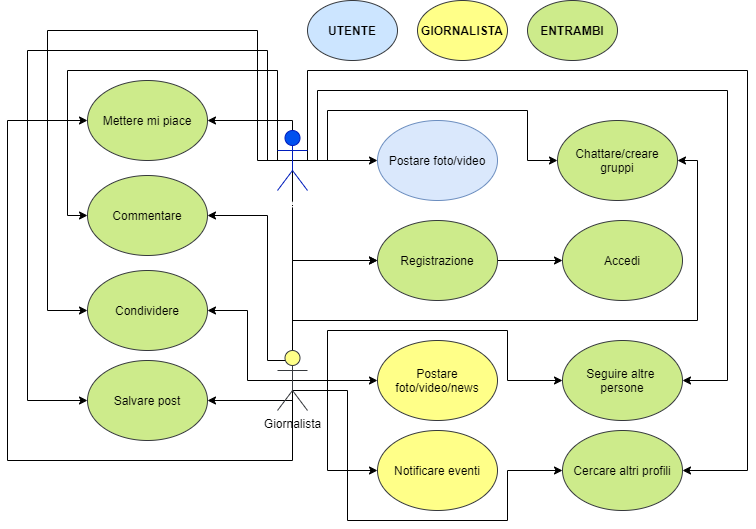
The draw.io diagram UseCase.png in LucaNastasi/LibroAuto, before a commit. Source tidied: cells renumbered, new cells last; positions are measured from the earlier drawing's top-left corner, leaving out a move shared by most shapes.
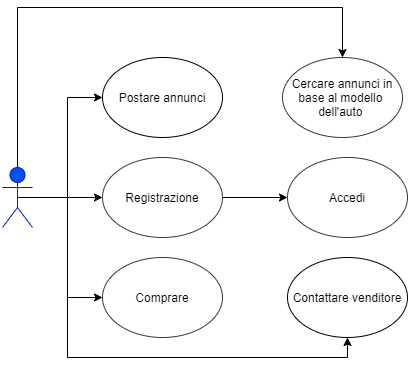
Above is the later version.

Change to the diagram source:
```diff
@@ -12,211 +12,49 @@
     <mxCell id="3" style="edgeStyle=orthogonalEdgeStyle;rounded=0;jettySize=auto;html=1;exitX=0.5;exitY=0.5;exitDx=0;exitDy=0;exitPerimeter=0;entryX=0;entryY=0.5;entryDx=0;entryDy=0;" parent="1" edge="1" source="11" target="35">
       <mxGeometry relative="1" as="geometry" />
     </mxCell>
+    <mxCell id="9" style="edgeStyle=orthogonalEdgeStyle;rounded=0;jettySize=auto;html=1;exitX=0.5;exitY=0.5;exitDx=0;exitDy=0;exitPerimeter=0;entryX=0.5;entryY=0;entryDx=0;entryDy=0;" parent="1" edge="1" source="11" target="34">
+      <mxGeometry relative="1" as="geometry">
+        <Array as="points">
+          <mxPoint x="285" y="70" />
+          <mxPoint x="610" y="70" />
+        </Array>
+      </mxGeometry>
+    </mxCell>
     <mxCell id="4" style="edgeStyle=orthogonalEdgeStyle;rounded=0;jettySize=auto;html=1;exitX=0.5;exitY=0.5;exitDx=0;exitDy=0;exitPerimeter=0;entryX=0;entryY=0.5;entryDx=0;entryDy=0;" parent="1" edge="1" source="11" target="28">
-      <mxGeometry relative="1" as="geometry">
-        <Array as="points">
-          <mxPoint x="270" y="160" />
-          <mxPoint x="270" y="70" />
-          <mxPoint x="60" y="70" />
-          <mxPoint x="60" y="215" />
-        </Array>
-      </mxGeometry>
+      <mxGeometry relative="1" as="geometry" />
     </mxCell>
-    <mxCell id="5" style="edgeStyle=orthogonalEdgeStyle;rounded=0;jettySize=auto;html=1;exitX=0.5;exitY=0.5;exitDx=0;exitDy=0;exitPerimeter=0;entryX=0;entryY=0.5;entryDx=0;entryDy=0;" parent="1" edge="1" source="11" target="29">
-      <mxGeometry relative="1" as="geometry">
-        <Array as="points">
-          <mxPoint x="250" y="160" />
-          <mxPoint x="250" y="30" />
-          <mxPoint x="40" y="30" />
-          <mxPoint x="40" y="310" />
-        </Array>
-      </mxGeometry>
-    </mxCell>
-    <mxCell id="6" style="edgeStyle=orthogonalEdgeStyle;rounded=0;jettySize=auto;html=1;exitX=0.5;exitY=0.5;exitDx=0;exitDy=0;exitPerimeter=0;entryX=0;entryY=0.5;entryDx=0;entryDy=0;" parent="1" edge="1" source="11" target="30">
-      <mxGeometry relative="1" as="geometry">
-        <Array as="points">
-          <mxPoint x="260" y="160" />
-          <mxPoint x="260" y="50" />
-          <mxPoint x="20" y="50" />
-          <mxPoint x="20" y="400" />
-        </Array>
-      </mxGeometry>
-    </mxCell>
-    <mxCell id="7" style="edgeStyle=orthogonalEdgeStyle;rounded=0;jettySize=auto;html=1;exitX=0.5;exitY=0.5;exitDx=0;exitDy=0;exitPerimeter=0;entryX=1;entryY=0.5;entryDx=0;entryDy=0;" parent="1" edge="1" source="11" target="31">
-      <mxGeometry relative="1" as="geometry">
-        <Array as="points">
-          <mxPoint x="285" y="120" />
-        </Array>
-      </mxGeometry>
-    </mxCell>
-    <mxCell id="8" style="edgeStyle=orthogonalEdgeStyle;rounded=0;jettySize=auto;html=1;exitX=0.5;exitY=0.5;exitDx=0;exitDy=0;exitPerimeter=0;" parent="1" edge="1" source="11" target="32">
-      <mxGeometry relative="1" as="geometry">
-        <Array as="points">
-          <mxPoint x="320" y="160" />
-          <mxPoint x="320" y="110" />
-          <mxPoint x="520" y="110" />
-          <mxPoint x="520" y="160" />
-        </Array>
-      </mxGeometry>
-    </mxCell>
-    <mxCell id="9" style="edgeStyle=orthogonalEdgeStyle;rounded=0;jettySize=auto;html=1;exitX=0.5;exitY=0.5;exitDx=0;exitDy=0;exitPerimeter=0;entryX=1;entryY=0.5;entryDx=0;entryDy=0;" parent="1" edge="1" source="11" target="34">
-      <mxGeometry relative="1" as="geometry">
-        <Array as="points">
-          <mxPoint x="300" y="160" />
-          <mxPoint x="300" y="70" />
-          <mxPoint x="740" y="70" />
-          <mxPoint x="740" y="470" />
-        </Array>
-      </mxGeometry>
-    </mxCell>
-    <mxCell id="10" style="edgeStyle=orthogonalEdgeStyle;rounded=0;jettySize=auto;html=1;exitX=0.5;exitY=0.5;exitDx=0;exitDy=0;exitPerimeter=0;entryX=1;entryY=0.5;entryDx=0;entryDy=0;" parent="1" edge="1" source="11" target="33">
-      <mxGeometry relative="1" as="geometry">
-        <Array as="points">
-          <mxPoint x="310" y="160" />
-          <mxPoint x="310" y="90" />
-          <mxPoint x="720" y="90" />
-          <mxPoint x="720" y="380" />
-        </Array>
-      </mxGeometry>
-    </mxCell>
+    <mxCell id="39" style="edgeStyle=orthogonalEdgeStyle;rounded=0;jettySize=auto;html=1;entryX=0.5;entryY=1;entryDx=0;entryDy=0;exitX=0.5;exitY=0.5;exitDx=0;exitDy=0;exitPerimeter=0;" parent="1" edge="1" source="11" target="40">
+      <mxGeometry relative="1" as="geometry">
+        <Array as="points">
+          <mxPoint x="335" y="260" />
+          <mxPoint x="335" y="420" />
+          <mxPoint x="615" y="420" />
+        </Array>
+      </mxGeometry>
+    </mxCell>
     <mxCell id="11" value="Utente" style="shape=umlActor;verticalLabelPosition=bottom;verticalAlign=top;html=1;outlineConnect=0;fillColor=#0050ef;strokeColor=#001DBC;fontColor=#ffffff;" parent="1" vertex="1">
-      <mxGeometry x="270" y="130" width="30" height="60" as="geometry" />
+      <mxGeometry x="270" y="230" width="30" height="60" as="geometry" />
     </mxCell>
-    <mxCell id="12" style="edgeStyle=orthogonalEdgeStyle;rounded=0;jettySize=auto;html=1;exitX=0.5;exitY=0.5;exitDx=0;exitDy=0;exitPerimeter=0;entryX=0;entryY=0.5;entryDx=0;entryDy=0;" parent="1" edge="1" source="22" target="24">
-      <mxGeometry relative="1" as="geometry">
-        <Array as="points">
-          <mxPoint x="285" y="260" />
-        </Array>
-      </mxGeometry>
-    </mxCell>
-    <mxCell id="13" style="edgeStyle=orthogonalEdgeStyle;rounded=0;jettySize=auto;html=1;exitX=0.5;exitY=0.5;exitDx=0;exitDy=0;exitPerimeter=0;entryX=0;entryY=0.5;entryDx=0;entryDy=0;" parent="1" edge="1" source="22" target="26">
-      <mxGeometry relative="1" as="geometry">
-        <Array as="points">
-          <mxPoint x="370" y="380" />
-        </Array>
-      </mxGeometry>
-    </mxCell>
-    <mxCell id="14" style="edgeStyle=orthogonalEdgeStyle;rounded=0;jettySize=auto;html=1;exitX=0.5;exitY=0.5;exitDx=0;exitDy=0;exitPerimeter=0;entryX=0;entryY=0.5;entryDx=0;entryDy=0;" parent="1" edge="1" source="22" target="27">
-      <mxGeometry relative="1" as="geometry">
-        <Array as="points">
-          <mxPoint x="320" y="380" />
-          <mxPoint x="320" y="470" />
-        </Array>
-      </mxGeometry>
-    </mxCell>
-    <mxCell id="15" style="edgeStyle=orthogonalEdgeStyle;rounded=0;jettySize=auto;html=1;exitX=0.5;exitY=0.5;exitDx=0;exitDy=0;exitPerimeter=0;entryX=1;entryY=0.5;entryDx=0;entryDy=0;" parent="1" edge="1" source="22" target="28">
-      <mxGeometry relative="1" as="geometry">
-        <Array as="points">
-          <mxPoint x="285" y="360" />
-          <mxPoint x="260" y="360" />
-          <mxPoint x="260" y="215" />
-        </Array>
-      </mxGeometry>
-    </mxCell>
-    <mxCell id="16" style="edgeStyle=orthogonalEdgeStyle;rounded=0;jettySize=auto;html=1;exitX=0.5;exitY=0.5;exitDx=0;exitDy=0;exitPerimeter=0;entryX=1;entryY=0.5;entryDx=0;entryDy=0;" parent="1" edge="1" source="22" target="29">
-      <mxGeometry relative="1" as="geometry">
-        <Array as="points">
-          <mxPoint x="240" y="380" />
-          <mxPoint x="240" y="310" />
-        </Array>
-      </mxGeometry>
-    </mxCell>
-    <mxCell id="17" style="edgeStyle=orthogonalEdgeStyle;rounded=0;jettySize=auto;html=1;exitX=0.5;exitY=0.5;exitDx=0;exitDy=0;exitPerimeter=0;entryX=1;entryY=0.5;entryDx=0;entryDy=0;" parent="1" edge="1" source="22" target="30">
-      <mxGeometry relative="1" as="geometry">
-        <Array as="points">
-          <mxPoint x="285" y="400" />
-        </Array>
-      </mxGeometry>
-    </mxCell>
-    <mxCell id="18" style="edgeStyle=orthogonalEdgeStyle;rounded=0;jettySize=auto;html=1;exitX=0.5;exitY=0.5;exitDx=0;exitDy=0;exitPerimeter=0;entryX=0;entryY=0.5;entryDx=0;entryDy=0;" parent="1" edge="1" source="22" target="31">
-      <mxGeometry relative="1" as="geometry">
-        <Array as="points">
-          <mxPoint x="285" y="460" />
-          <mxPoint y="460" />
-          <mxPoint y="120" />
-        </Array>
-      </mxGeometry>
-    </mxCell>
-    <mxCell id="19" style="edgeStyle=orthogonalEdgeStyle;rounded=0;jettySize=auto;html=1;exitX=0.5;exitY=0.5;exitDx=0;exitDy=0;exitPerimeter=0;" parent="1" edge="1" source="22" target="32">
-      <mxGeometry relative="1" as="geometry">
-        <Array as="points">
-          <mxPoint x="285" y="320" />
-          <mxPoint x="690" y="320" />
-          <mxPoint x="690" y="160" />
-        </Array>
-      </mxGeometry>
-    </mxCell>
-    <mxCell id="20" style="edgeStyle=orthogonalEdgeStyle;rounded=0;jettySize=auto;html=1;exitX=0.5;exitY=0.5;exitDx=0;exitDy=0;exitPerimeter=0;entryX=0;entryY=0.5;entryDx=0;entryDy=0;" parent="1" edge="1" source="22" target="33">
-      <mxGeometry relative="1" as="geometry">
-        <Array as="points">
-          <mxPoint x="320" y="380" />
-          <mxPoint x="320" y="330" />
-          <mxPoint x="500" y="330" />
-          <mxPoint x="500" y="380" />
-        </Array>
-      </mxGeometry>
-    </mxCell>
-    <mxCell id="21" style="edgeStyle=orthogonalEdgeStyle;rounded=0;jettySize=auto;html=1;exitX=0.5;exitY=0.5;exitDx=0;exitDy=0;exitPerimeter=0;entryX=0;entryY=0.5;entryDx=0;entryDy=0;" parent="1" edge="1" source="22" target="34">
-      <mxGeometry relative="1" as="geometry">
-        <Array as="points">
-          <mxPoint x="285" y="390" />
-          <mxPoint x="340" y="390" />
-          <mxPoint x="340" y="520" />
-          <mxPoint x="500" y="520" />
-          <mxPoint x="500" y="470" />
-        </Array>
-      </mxGeometry>
-    </mxCell>
-    <mxCell id="22" value="Giornalista&lt;br&gt;" style="shape=umlActor;verticalLabelPosition=bottom;verticalAlign=top;html=1;outlineConnect=0;fillColor=#ffff88;strokeColor=#36393d;" parent="1" vertex="1">
-      <mxGeometry x="270" y="350" width="30" height="60" as="geometry" />
-    </mxCell>
     <mxCell id="23" style="edgeStyle=orthogonalEdgeStyle;rounded=0;jettySize=auto;html=1;" parent="1" edge="1" source="24" target="25">
       <mxGeometry relative="1" as="geometry" />
     </mxCell>
-    <mxCell id="24" value="Registrazione" style="ellipse;whiteSpace=wrap;html=1;fillColor=#cdeb8b;strokeColor=#36393d;" parent="1" vertex="1">
+    <mxCell id="24" value="Registrazione" style="ellipse;whiteSpace=wrap;html=1;strokeColor=#36393d;fillColor=#FFFFFF;" parent="1" vertex="1">
       <mxGeometry x="370" y="220" width="120" height="80" as="geometry" />
     </mxCell>
-    <mxCell id="25" value="Accedi" style="ellipse;whiteSpace=wrap;html=1;fillColor=#cdeb8b;strokeColor=#36393d;" parent="1" vertex="1">
+    <mxCell id="25" value="Accedi" style="ellipse;whiteSpace=wrap;html=1;strokeColor=#36393d;fillColor=#FFFFFF;" parent="1" vertex="1">
       <mxGeometry x="555" y="220" width="120" height="80" as="geometry" />
     </mxCell>
-    <mxCell id="26" value="Postare foto/video/news" style="ellipse;whiteSpace=wrap;html=1;fillColor=#ffff88;strokeColor=#36393d;" parent="1" vertex="1">
-      <mxGeometry x="370" y="340" width="120" height="80" as="geometry" />
-    </mxCell>
-    <mxCell id="27" value="Notificare eventi" style="ellipse;whiteSpace=wrap;html=1;fillColor=#ffff88;strokeColor=#36393d;" parent="1" vertex="1">
-      <mxGeometry x="370" y="430" width="120" height="80" as="geometry" />
-    </mxCell>
-    <mxCell id="28" value="Commentare" style="ellipse;whiteSpace=wrap;html=1;fillColor=#cdeb8b;strokeColor=#36393d;" parent="1" vertex="1">
-      <mxGeometry x="80" y="175" width="120" height="80" as="geometry" />
+    <mxCell id="28" value="Comprare" style="ellipse;whiteSpace=wrap;html=1;strokeColor=#36393d;fillColor=#FFFFFF;" parent="1" vertex="1">
+      <mxGeometry x="370" y="320" width="120" height="80" as="geometry" />
     </mxCell>
-    <mxCell id="29" value="Condividere" style="ellipse;whiteSpace=wrap;html=1;fillColor=#cdeb8b;strokeColor=#36393d;" parent="1" vertex="1">
-      <mxGeometry x="80" y="270" width="120" height="80" as="geometry" />
-    </mxCell>
-    <mxCell id="30" value="Salvare post" style="ellipse;whiteSpace=wrap;html=1;fillColor=#cdeb8b;strokeColor=#36393d;" parent="1" vertex="1">
-      <mxGeometry x="80" y="360" width="120" height="80" as="geometry" />
-    </mxCell>
-    <mxCell id="31" value="Mettere mi piace" style="ellipse;whiteSpace=wrap;html=1;fillColor=#cdeb8b;strokeColor=#36393d;" parent="1" vertex="1">
-      <mxGeometry x="80" y="80" width="120" height="80" as="geometry" />
-    </mxCell>
-    <mxCell id="32" value="Chattare/creare gruppi" style="ellipse;whiteSpace=wrap;html=1;fillColor=#cdeb8b;strokeColor=#36393d;" parent="1" vertex="1">
-      <mxGeometry x="550" y="120" width="120" height="80" as="geometry" />
-    </mxCell>
-    <mxCell id="33" value="Seguire altre &lt;br&gt;persone" style="ellipse;whiteSpace=wrap;html=1;fillColor=#cdeb8b;strokeColor=#36393d;" parent="1" vertex="1">
-      <mxGeometry x="555" y="340" width="120" height="80" as="geometry" />
-    </mxCell>
-    <mxCell id="34" value="Cercare altri profili" style="ellipse;whiteSpace=wrap;html=1;fillColor=#cdeb8b;strokeColor=#36393d;" parent="1" vertex="1">
-      <mxGeometry x="555" y="430" width="120" height="80" as="geometry" />
+    <mxCell id="34" value="Cercare annunci in&lt;br&gt;base al modello&amp;nbsp;&lt;br&gt;dell'auto&amp;nbsp;" style="ellipse;whiteSpace=wrap;html=1;strokeColor=#36393d;fillColor=#FFFFFF;" parent="1" vertex="1">
+      <mxGeometry x="550" y="120" width="120" height="80" as="geometry" />
     </mxCell>
-    <mxCell id="35" value="Postare foto/video" style="ellipse;whiteSpace=wrap;html=1;fillColor=#dae8fc;strokeColor=#6c8ebf;" parent="1" vertex="1">
+    <mxCell id="35" value="Postare annunci" style="ellipse;whiteSpace=wrap;html=1;fillColor=#FFFFFF;" parent="1" vertex="1">
       <mxGeometry x="370" y="120" width="120" height="80" as="geometry" />
     </mxCell>
-    <mxCell id="36" value="&lt;b&gt;UTENTE&lt;/b&gt;" style="ellipse;whiteSpace=wrap;html=1;fillColor=#cce5ff;strokeColor=#36393d;" parent="1" vertex="1">
-      <mxGeometry x="300" width="90" height="60" as="geometry" />
-    </mxCell>
-    <mxCell id="37" value="&lt;b&gt;ENTRAMBI&lt;/b&gt;" style="ellipse;whiteSpace=wrap;html=1;fillColor=#cdeb8b;strokeColor=#36393d;" parent="1" vertex="1">
-      <mxGeometry x="520" width="90" height="60" as="geometry" />
-    </mxCell>
-    <mxCell id="38" value="&lt;b&gt;GIORNALISTA&lt;/b&gt;" style="ellipse;whiteSpace=wrap;html=1;fillColor=#ffff88;strokeColor=#36393d;" parent="1" vertex="1">
-      <mxGeometry x="410" width="90" height="60" as="geometry" />
-    </mxCell>
+    <mxCell id="40" value="Contattare venditore" style="ellipse;whiteSpace=wrap;html=1;" parent="1" vertex="1">
+      <mxGeometry x="555" y="320" width="120" height="80" as="geometry" />
+    </mxCell>
   </root>
 </mxGraphModel>
```
